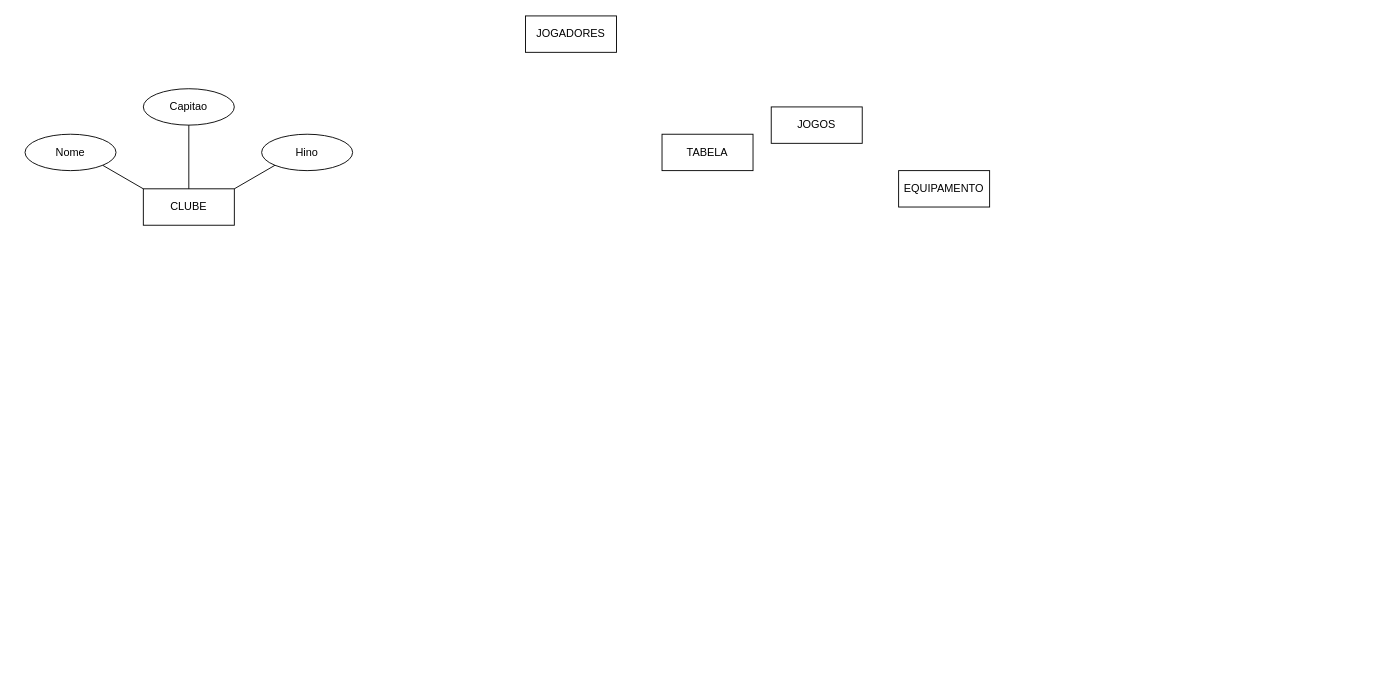
Before: Clube de Futebol2P.drawio in Frederico994/Diagramas, a draw.io diagram. Source tidied: cells renumbered, new cells numbered last; positions are measured from the earlier drawing's top-left corner, leaving out a move shared by most shapes. Both pictures are drawn from the tidied source at 91%, with x=0, y=0 at pixel (25, 15).
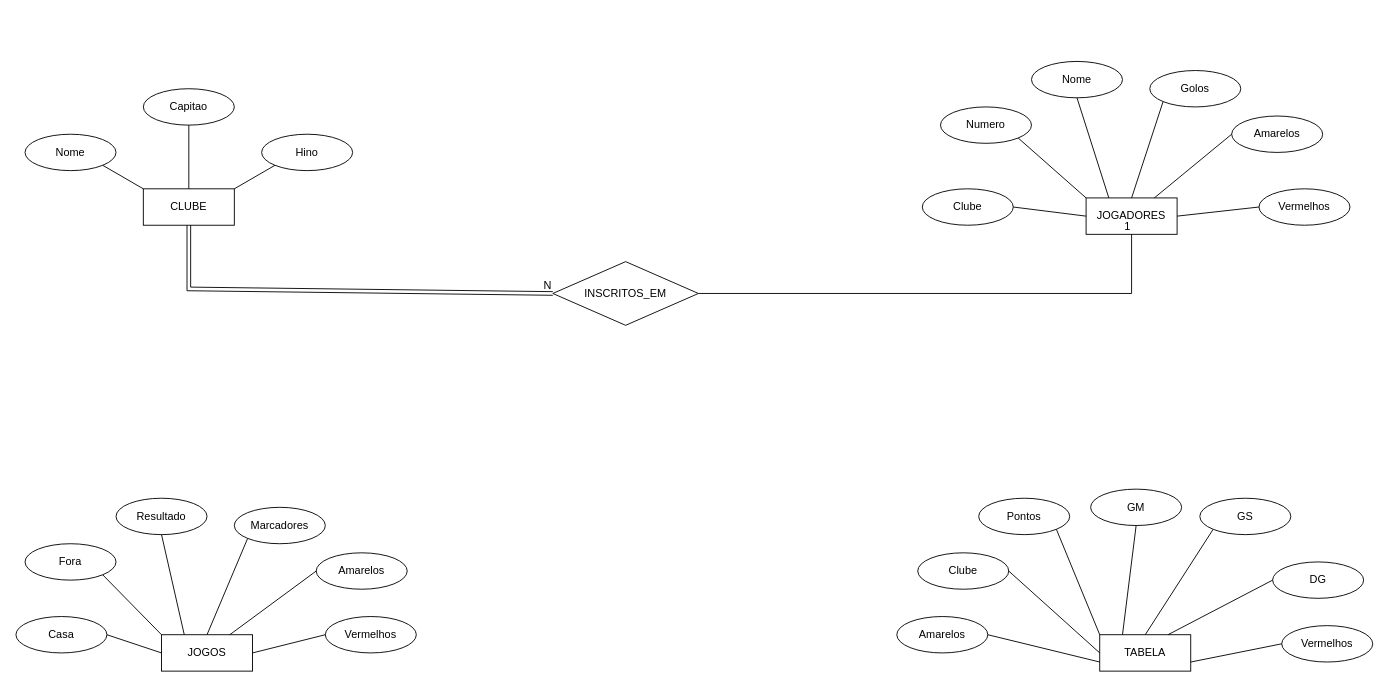
After the change.

The change refers to these unchanged cells:
```xml
<mxCell id="2" value="CLUBE" style="whiteSpace=wrap;html=1;align=center;" parent="1" vertex="1">
  <mxGeometry x="130" y="190" width="100" height="40" as="geometry" />
</mxCell>
```

Diff of the diagram source:
```diff
@@
     <mxCell id="3" value="JOGADORES" style="whiteSpace=wrap;html=1;align=center;" parent="1" vertex="1">
-      <mxGeometry x="550" width="100" height="40" as="geometry" />
+      <mxGeometry x="1166" y="200" width="100" height="40" as="geometry" />
     </mxCell>
-    <mxCell id="4" value="JOGOS" style="whiteSpace=wrap;html=1;align=center;" parent="1" vertex="1">
-      <mxGeometry x="820" y="100" width="100" height="40" as="geometry" />
-    </mxCell>
-    <mxCell id="5" value="TABELA" style="whiteSpace=wrap;html=1;align=center;" parent="1" vertex="1">
-      <mxGeometry x="700" y="130" width="100" height="40" as="geometry" />
-    </mxCell>
-    <mxCell id="6" value="EQUIPAMENTO" style="whiteSpace=wrap;html=1;align=center;" parent="1" vertex="1">
-      <mxGeometry x="960" y="170" width="100" height="40" as="geometry" />
-    </mxCell>
@@
+    <mxCell id="13" value="Clube" style="ellipse;whiteSpace=wrap;html=1;align=center;" parent="1" vertex="1">
+      <mxGeometry x="986" y="190" width="100" height="40" as="geometry" />
+    </mxCell>
+    <mxCell id="14" value="Vermelhos" style="ellipse;whiteSpace=wrap;html=1;align=center;" parent="1" vertex="1">
+      <mxGeometry x="1356" y="190" width="100" height="40" as="geometry" />
+    </mxCell>
+    <mxCell id="15" value="Amarelos" style="ellipse;whiteSpace=wrap;html=1;align=center;" parent="1" vertex="1">
+      <mxGeometry x="1326" y="110" width="100" height="40" as="geometry" />
+    </mxCell>
+    <mxCell id="16" value="Numero" style="ellipse;whiteSpace=wrap;html=1;align=center;" parent="1" vertex="1">
+      <mxGeometry x="1006" y="100" width="100" height="40" as="geometry" />
+    </mxCell>
+    <mxCell id="17" value="Golos" style="ellipse;whiteSpace=wrap;html=1;align=center;" parent="1" vertex="1">
+      <mxGeometry x="1236" y="60" width="100" height="40" as="geometry" />
+    </mxCell>
+    <mxCell id="18" value="Nome" style="ellipse;whiteSpace=wrap;html=1;align=center;" parent="1" vertex="1">
+      <mxGeometry x="1106" y="50" width="100" height="40" as="geometry" />
+    </mxCell>
+    <mxCell id="19" style="endArrow=none;html=1;rounded=0;exitX=1;exitY=0.5;exitDx=0;exitDy=0;entryX=0;entryY=0.5;entryDx=0;entryDy=0;" parent="1" edge="1" source="13" target="3">
+      <mxGeometry relative="1" as="geometry" />
+    </mxCell>
+    <mxCell id="20" style="endArrow=none;html=1;rounded=0;exitX=1;exitY=1;exitDx=0;exitDy=0;entryX=0;entryY=0;entryDx=0;entryDy=0;" parent="1" edge="1" source="16" target="3">
+      <mxGeometry relative="1" as="geometry" />
+    </mxCell>
+    <mxCell id="21" style="endArrow=none;html=1;rounded=0;entryX=0.25;entryY=0;entryDx=0;entryDy=0;exitX=0.5;exitY=1;exitDx=0;exitDy=0;" parent="1" edge="1" source="18" target="3">
+      <mxGeometry relative="1" as="geometry" />
+    </mxCell>
+    <mxCell id="22" style="endArrow=none;html=1;rounded=0;entryX=0.5;entryY=0;entryDx=0;entryDy=0;exitX=0;exitY=1;exitDx=0;exitDy=0;" parent="1" edge="1" source="17" target="3">
+      <mxGeometry relative="1" as="geometry" />
+    </mxCell>
+    <mxCell id="23" style="endArrow=none;html=1;rounded=0;entryX=0.75;entryY=0;entryDx=0;entryDy=0;exitX=0;exitY=0.5;exitDx=0;exitDy=0;" parent="1" edge="1" source="15" target="3">
+      <mxGeometry relative="1" as="geometry" />
+    </mxCell>
+    <mxCell id="24" style="endArrow=none;html=1;rounded=0;entryX=1;entryY=0.5;entryDx=0;entryDy=0;exitX=0;exitY=0.5;exitDx=0;exitDy=0;" parent="1" edge="1" source="14" target="3">
+      <mxGeometry relative="1" as="geometry" />
+    </mxCell>
+    <mxCell id="4" value="JOGOS" style="whiteSpace=wrap;html=1;align=center;" parent="1" vertex="1">
+      <mxGeometry x="150" y="680" width="100" height="40" as="geometry" />
+    </mxCell>
+    <mxCell id="25" value="Casa" style="ellipse;whiteSpace=wrap;html=1;align=center;" parent="1" vertex="1">
+      <mxGeometry x="-10" y="660" width="100" height="40" as="geometry" />
+    </mxCell>
+    <mxCell id="26" value="Vermelhos" style="ellipse;whiteSpace=wrap;html=1;align=center;" parent="1" vertex="1">
+      <mxGeometry x="330" y="660" width="100" height="40" as="geometry" />
+    </mxCell>
+    <mxCell id="27" value="Amarelos" style="ellipse;whiteSpace=wrap;html=1;align=center;" parent="1" vertex="1">
+      <mxGeometry x="320" y="590" width="100" height="40" as="geometry" />
+    </mxCell>
+    <mxCell id="28" value="Fora" style="ellipse;whiteSpace=wrap;html=1;align=center;" parent="1" vertex="1">
+      <mxGeometry y="580" width="100" height="40" as="geometry" />
+    </mxCell>
+    <mxCell id="29" value="Marcadores" style="ellipse;whiteSpace=wrap;html=1;align=center;" parent="1" vertex="1">
+      <mxGeometry x="230" y="540" width="100" height="40" as="geometry" />
+    </mxCell>
+    <mxCell id="30" value="Resultado" style="ellipse;whiteSpace=wrap;html=1;align=center;" parent="1" vertex="1">
+      <mxGeometry x="100" y="530" width="100" height="40" as="geometry" />
+    </mxCell>
+    <mxCell id="31" style="endArrow=none;html=1;rounded=0;exitX=1;exitY=0.5;exitDx=0;exitDy=0;entryX=0;entryY=0.5;entryDx=0;entryDy=0;" parent="1" edge="1" source="25" target="4">
+      <mxGeometry relative="1" as="geometry" />
+    </mxCell>
+    <mxCell id="32" style="endArrow=none;html=1;rounded=0;exitX=1;exitY=1;exitDx=0;exitDy=0;entryX=0;entryY=0;entryDx=0;entryDy=0;" parent="1" edge="1" source="28" target="4">
+      <mxGeometry relative="1" as="geometry" />
+    </mxCell>
+    <mxCell id="33" style="endArrow=none;html=1;rounded=0;entryX=0.25;entryY=0;entryDx=0;entryDy=0;exitX=0.5;exitY=1;exitDx=0;exitDy=0;" parent="1" edge="1" source="30" target="4">
+      <mxGeometry relative="1" as="geometry" />
+    </mxCell>
+    <mxCell id="34" style="endArrow=none;html=1;rounded=0;entryX=0.5;entryY=0;entryDx=0;entryDy=0;exitX=0;exitY=1;exitDx=0;exitDy=0;" parent="1" edge="1" source="29" target="4">
+      <mxGeometry relative="1" as="geometry" />
+    </mxCell>
+    <mxCell id="35" style="endArrow=none;html=1;rounded=0;entryX=0.75;entryY=0;entryDx=0;entryDy=0;exitX=0;exitY=0.5;exitDx=0;exitDy=0;" parent="1" edge="1" source="27" target="4">
+      <mxGeometry relative="1" as="geometry" />
+    </mxCell>
+    <mxCell id="36" style="endArrow=none;html=1;rounded=0;entryX=1;entryY=0.5;entryDx=0;entryDy=0;exitX=0;exitY=0.5;exitDx=0;exitDy=0;" parent="1" edge="1" source="26" target="4">
+      <mxGeometry relative="1" as="geometry" />
+    </mxCell>
+    <mxCell id="5" value="TABELA" style="whiteSpace=wrap;html=1;align=center;direction=east;" parent="1" vertex="1">
+      <mxGeometry x="1181" y="680" width="100" height="40" as="geometry" />
+    </mxCell>
+    <mxCell id="37" value="Clube" style="ellipse;whiteSpace=wrap;html=1;align=center;" parent="1" vertex="1">
+      <mxGeometry x="981" y="590" width="100" height="40" as="geometry" />
+    </mxCell>
+    <mxCell id="38" value="Vermelhos" style="ellipse;whiteSpace=wrap;html=1;align=center;" parent="1" vertex="1">
+      <mxGeometry x="1381" y="670" width="100" height="40" as="geometry" />
+    </mxCell>
+    <mxCell id="39" value="DG" style="ellipse;whiteSpace=wrap;html=1;align=center;" parent="1" vertex="1">
+      <mxGeometry x="1371" y="600" width="100" height="40" as="geometry" />
+    </mxCell>
+    <mxCell id="40" value="Pontos" style="ellipse;whiteSpace=wrap;html=1;align=center;" parent="1" vertex="1">
+      <mxGeometry x="1048" y="530" width="100" height="40" as="geometry" />
+    </mxCell>
+    <mxCell id="41" value="GS" style="ellipse;whiteSpace=wrap;html=1;align=center;" parent="1" vertex="1">
+      <mxGeometry x="1291" y="530" width="100" height="40" as="geometry" />
+    </mxCell>
+    <mxCell id="42" value="GM" style="ellipse;whiteSpace=wrap;html=1;align=center;" parent="1" vertex="1">
+      <mxGeometry x="1171" y="520" width="100" height="40" as="geometry" />
+    </mxCell>
+    <mxCell id="43" style="endArrow=none;html=1;rounded=0;exitX=1;exitY=0.5;exitDx=0;exitDy=0;entryX=0;entryY=0.5;entryDx=0;entryDy=0;" parent="1" edge="1" source="37" target="5">
+      <mxGeometry relative="1" as="geometry" />
+    </mxCell>
+    <mxCell id="44" style="endArrow=none;html=1;rounded=0;exitX=1;exitY=1;exitDx=0;exitDy=0;entryX=0;entryY=0;entryDx=0;entryDy=0;" parent="1" edge="1" source="40" target="5">
+      <mxGeometry relative="1" as="geometry" />
+    </mxCell>
+    <mxCell id="45" style="endArrow=none;html=1;rounded=0;entryX=0.25;entryY=0;entryDx=0;entryDy=0;exitX=0.5;exitY=1;exitDx=0;exitDy=0;" parent="1" edge="1" source="42" target="5">
+      <mxGeometry relative="1" as="geometry" />
+    </mxCell>
+    <mxCell id="46" style="endArrow=none;html=1;rounded=0;entryX=0.5;entryY=0;entryDx=0;entryDy=0;exitX=0;exitY=1;exitDx=0;exitDy=0;" parent="1" edge="1" source="41" target="5">
+      <mxGeometry relative="1" as="geometry" />
+    </mxCell>
+    <mxCell id="47" style="endArrow=none;html=1;rounded=0;entryX=0.75;entryY=0;entryDx=0;entryDy=0;exitX=0;exitY=0.5;exitDx=0;exitDy=0;" parent="1" edge="1" source="39" target="5">
+      <mxGeometry relative="1" as="geometry" />
+    </mxCell>
+    <mxCell id="48" style="endArrow=none;html=1;rounded=0;entryX=1;entryY=0.75;entryDx=0;entryDy=0;exitX=0;exitY=0.5;exitDx=0;exitDy=0;" parent="1" edge="1" source="38" target="5">
+      <mxGeometry relative="1" as="geometry" />
+    </mxCell>
+    <mxCell id="49" value="Amarelos" style="ellipse;whiteSpace=wrap;html=1;align=center;" parent="1" vertex="1">
+      <mxGeometry x="958" y="660" width="100" height="40" as="geometry" />
+    </mxCell>
+    <mxCell id="50" style="endArrow=none;html=1;rounded=0;exitX=1;exitY=0.5;exitDx=0;exitDy=0;entryX=0;entryY=0.75;entryDx=0;entryDy=0;" parent="1" edge="1" source="49" target="5">
+      <mxGeometry relative="1" as="geometry" />
+    </mxCell>
+    <mxCell id="51" value="INSCRITOS_EM" style="shape=rhombus;perimeter=rhombusPerimeter;whiteSpace=wrap;html=1;align=center;" parent="1" vertex="1">
+      <mxGeometry x="580" y="270" width="160" height="70" as="geometry" />
+    </mxCell>
+    <mxCell id="52" style="endArrow=none;html=1;rounded=0;entryX=0.5;entryY=1;entryDx=0;entryDy=0;exitX=1;exitY=0.5;exitDx=0;exitDy=0;" parent="1" edge="1" source="51" target="3">
+      <mxGeometry relative="1" as="geometry">
+        <Array as="points">
+          <mxPoint x="1216" y="305" />
+        </Array>
+      </mxGeometry>
+    </mxCell>
+    <mxCell id="53" value="1" style="html=1;whiteSpace=wrap;align=right;verticalAlign=bottom;" parent="52" vertex="1">
+      <mxGeometry x="1" relative="1" as="geometry" />
+    </mxCell>
+    <mxCell id="54" style="shape=link;html=1;rounded=0;exitX=0.5;exitY=1;exitDx=0;exitDy=0;entryX=0;entryY=0.5;entryDx=0;entryDy=0;" parent="1" edge="1" source="2" target="51">
+      <mxGeometry relative="1" as="geometry">
+        <Array as="points">
+          <mxPoint x="180" y="300" />
+        </Array>
+      </mxGeometry>
+    </mxCell>
+    <mxCell id="55" value="N" style="html=1;whiteSpace=wrap;align=right;verticalAlign=bottom;" parent="54" vertex="1">
+      <mxGeometry x="1" relative="1" as="geometry" />
+    </mxCell>
```
